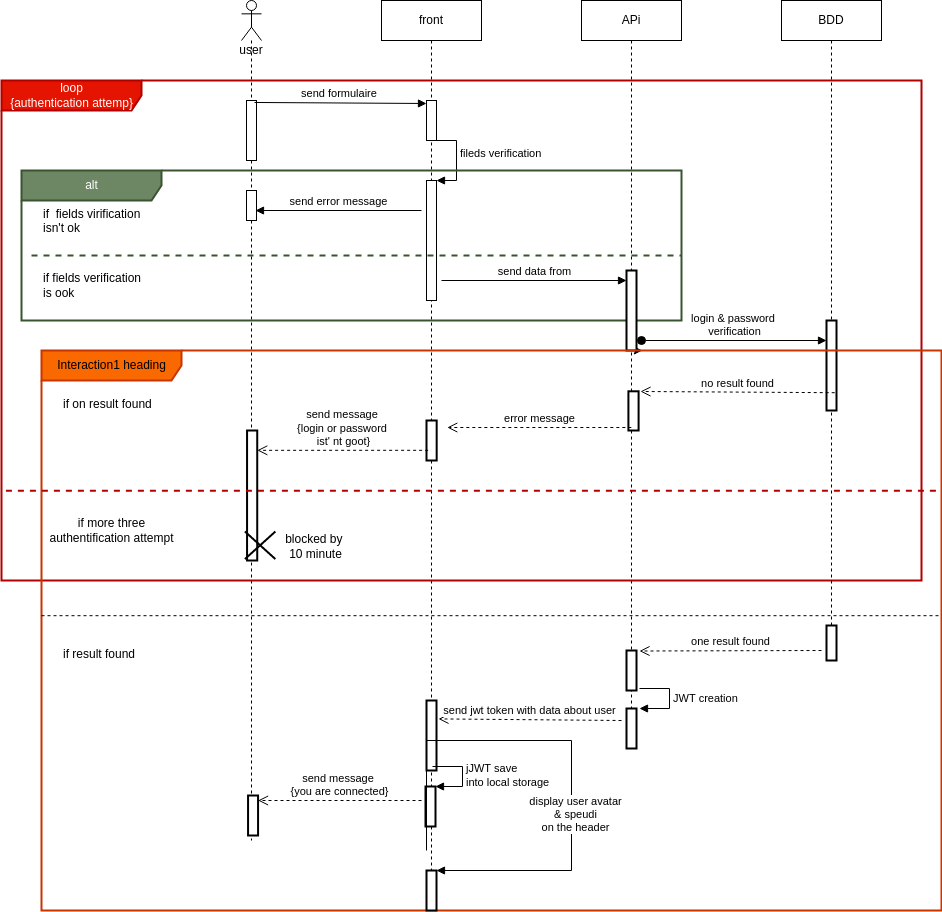
The draw.io diagram Documentation-diagrams/diagrams-img/connection_sequence.drawio.png in aerobi93/Modelisation-UML, before a commit. Source tidied: cells renumbered, new cells last; positions are measured from the earlier drawing's top-left corner, leaving out a move shared by most shapes.
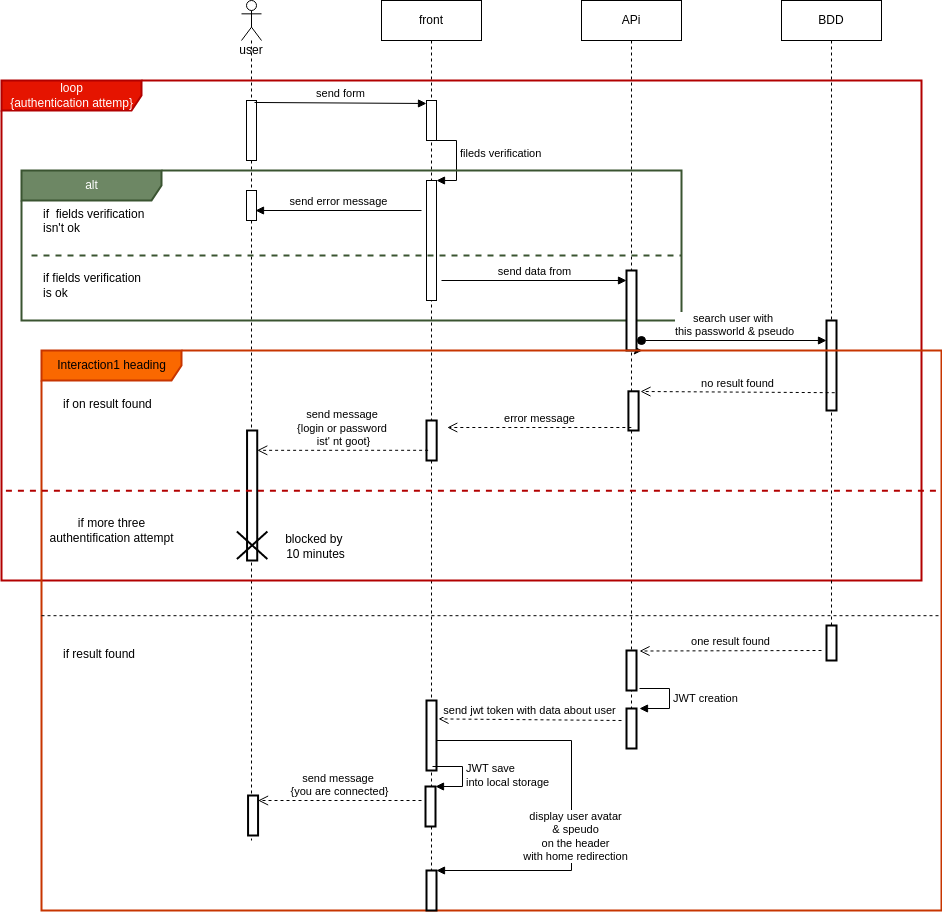
The same file after the commit.

Commit message:
minnor error rectified

Change to the diagram source:
```diff
@@ -23,7 +23,7 @@
     <mxCell id="8" style="html=1;perimeter=orthogonalPerimeter;" parent="1" vertex="1">
       <mxGeometry x="245" y="100" width="10" height="60" as="geometry" />
     </mxCell>
-    <mxCell id="9" value="send formulaire&amp;nbsp;" style="html=1;verticalAlign=bottom;endArrow=block;exitX=0.8;exitY=-0.017;exitDx=0;exitDy=0;exitPerimeter=0;" parent="1" edge="1">
+    <mxCell id="9" value="send form" style="html=1;verticalAlign=bottom;endArrow=block;exitX=0.8;exitY=-0.017;exitDx=0;exitDy=0;exitPerimeter=0;" parent="1" edge="1">
       <mxGeometry relative="1" as="geometry">
         <mxPoint x="253" y="102" as="sourcePoint" />
         <mxPoint x="425" y="103" as="targetPoint" />
@@ -48,7 +48,7 @@
     <mxCell id="13" value="alt" style="shape=umlFrame;tabWidth=110;tabHeight=30;tabPosition=left;html=1;boundedLbl=1;labelInHeader=1;width=140;height=30;fillColor=#6d8764;fontColor=#ffffff;strokeColor=#3A5431;strokeWidth=2;" parent="1" vertex="1">
       <mxGeometry x="20" y="170" width="660" height="150" as="geometry" />
     </mxCell>
-    <mxCell id="14" value="if  fields virification&#10;isn't ok" style="text;" parent="1" vertex="1">
+    <mxCell id="14" value="if  fields verification&#10;isn't ok" style="text;" parent="1" vertex="1">
       <mxGeometry x="20" y="160" width="100" height="50" as="geometry">
         <mxPoint x="20" y="40" as="offset" />
       </mxGeometry>
@@ -75,7 +75,7 @@
     <mxCell id="20" style="html=1;points=[];perimeter=orthogonalPerimeter;strokeWidth=2;" parent="1" vertex="1">
       <mxGeometry x="825" y="320" width="10" height="90" as="geometry" />
     </mxCell>
-    <mxCell id="21" value="login &amp;amp; password&amp;nbsp;&lt;br&gt;verification" style="html=1;verticalAlign=bottom;startArrow=oval;startFill=1;endArrow=block;startSize=8;" parent="1" edge="1" target="20">
+    <mxCell id="21" value="search user with&amp;nbsp;&lt;br&gt;this passworld &amp;amp; pseudo" style="html=1;verticalAlign=bottom;startArrow=oval;startFill=1;endArrow=block;startSize=8;" parent="1" edge="1" target="20">
       <mxGeometry relative="1" as="geometry">
         <mxPoint x="640" y="340" as="sourcePoint" />
       </mxGeometry>
@@ -101,7 +101,7 @@
       <mxGeometry x="205.6" y="80" width="10.2" height="130" as="geometry" />
     </mxCell>
     <mxCell id="28" style="shape=umlDestroy;strokeWidth=2;" parent="22" vertex="1">
-      <mxGeometry x="203.4" y="181" width="30.5" height="27.6" as="geometry" />
+      <mxGeometry x="195.4" y="181" width="30.5" height="27.6" as="geometry" />
     </mxCell>
     <mxCell id="29" value="no result found" style="html=1;verticalAlign=bottom;endArrow=open;dashed=1;endSize=8;entryX=1.188;entryY=0.005;entryDx=0;entryDy=0;entryPerimeter=0;" parent="22" edge="1" target="25">
       <mxGeometry relative="1" as="geometry">
@@ -157,7 +157,7 @@
     <mxCell id="40" style="html=1;points=[];perimeter=orthogonalPerimeter;strokeWidth=2;" parent="22" vertex="1">
       <mxGeometry x="384" y="436" width="10" height="40" as="geometry" />
     </mxCell>
-    <mxCell id="41" value="jJWT save&amp;nbsp;&lt;br&gt;into local storage" style="edgeStyle=orthogonalEdgeStyle;html=1;align=left;spacingLeft=2;endArrow=block;rounded=0;entryX=1;entryY=0;" parent="22" edge="1" target="40">
+    <mxCell id="41" value="JWT save&amp;nbsp;&lt;br&gt;into local storage" style="edgeStyle=orthogonalEdgeStyle;html=1;align=left;spacingLeft=2;endArrow=block;rounded=0;entryX=1;entryY=0;" parent="22" edge="1" target="40">
       <mxGeometry relative="1" as="geometry">
         <mxPoint x="391" y="416" as="sourcePoint" />
         <Array as="points">
@@ -165,7 +165,7 @@
         </Array>
       </mxGeometry>
     </mxCell>
-    <mxCell id="42" value="blocked by&amp;nbsp;&lt;br&gt;10 minute" style="text;html=1;align=center;verticalAlign=middle;fillColor=none;strokeColor=none;rounded=0;" parent="22" vertex="1">
+    <mxCell id="42" value="blocked by&amp;nbsp;&lt;br&gt;10 minutes" style="text;html=1;align=center;verticalAlign=middle;fillColor=none;strokeColor=none;rounded=0;" parent="22" vertex="1">
       <mxGeometry x="233.9" y="181" width="80" height="30" as="geometry" />
     </mxCell>
     <mxCell id="43" value="send message&amp;nbsp;&lt;br&gt;{you are connected}" style="html=1;verticalAlign=bottom;endArrow=open;dashed=1;endSize=8;" parent="22" edge="1" target="44">
@@ -181,21 +181,22 @@
     </mxCell>
     <mxCell id="46" style="edgeStyle=orthogonalEdgeStyle;html=1;align=left;spacingLeft=2;endArrow=block;rounded=0;entryX=1;entryY=0;" parent="22" edge="1" target="45">
       <mxGeometry relative="1" as="geometry">
-        <mxPoint x="385" y="500" as="sourcePoint" />
+        <mxPoint x="395" y="390" as="sourcePoint" />
         <Array as="points">
-          <mxPoint x="385" y="390" />
           <mxPoint x="530" y="390" />
           <mxPoint x="530" y="520" />
         </Array>
       </mxGeometry>
     </mxCell>
-    <mxCell id="47" value="display user avatar&lt;br&gt;&amp;amp; speudi&lt;br&gt;on the header" style="edgeLabel;html=1;align=center;verticalAlign=middle;" parent="46" vertex="1">
-      <mxGeometry x="0.26" y="3" relative="1" as="geometry" />
+    <mxCell id="47" value="display user avatar&lt;br&gt;&amp;amp; speudo&lt;br&gt;on the header&lt;br&gt;with home redirection" style="edgeLabel;html=1;align=center;verticalAlign=middle;" parent="46" vertex="1">
+      <mxGeometry x="0.26" y="3" relative="1" as="geometry">
+        <mxPoint y="-22" as="offset" />
+      </mxGeometry>
     </mxCell>
     <mxCell id="48" value="if more three&lt;br&gt;authentification attempt" style="text;html=1;align=center;verticalAlign=middle;fillColor=none;strokeColor=none;rounded=0;" parent="22" vertex="1">
       <mxGeometry y="165" width="140" height="30" as="geometry" />
     </mxCell>
-    <mxCell id="49" value="if fields verification&lt;br&gt;is ook" style="text;html=1;align=left;verticalAlign=middle;fillColor=none;strokeColor=none;rounded=0;" parent="1" vertex="1">
+    <mxCell id="49" value="if fields verification&lt;br&gt;is ok" style="text;html=1;align=left;verticalAlign=middle;fillColor=none;strokeColor=none;rounded=0;" parent="1" vertex="1">
       <mxGeometry x="40" y="270" width="110" height="30" as="geometry" />
     </mxCell>
   </root>
```
